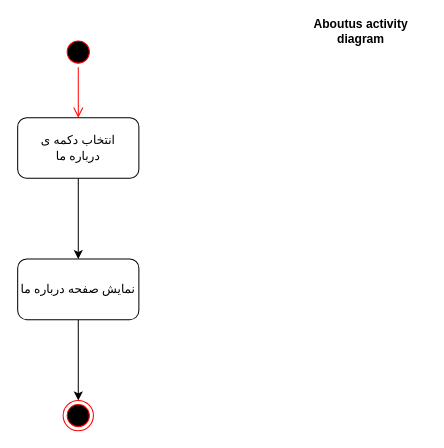
Earlier version of the draw.io diagram Docs./ActivityDiagram-Aboutus.drawio (ShadiMe-flutter/Workout). Source tidied: cells renumbered, new cells numbered last; positions are measured from the earlier drawing's top-left corner, leaving out a move shared by most shapes. Both pictures are drawn from the tidied source at 101%, with x=0, y=0 at pixel (17, 26).
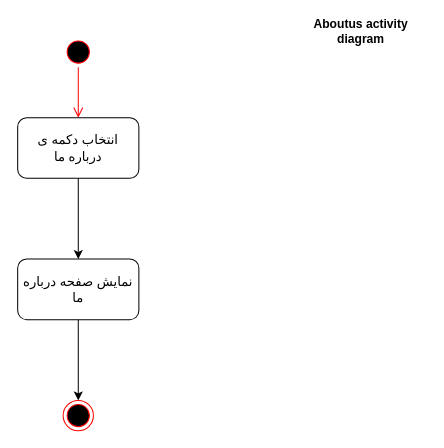
The same diagram, later.

Diff of the diagram source:
```diff
@@
 <mxGraphModel>
   <root>
     <mxCell id="0" />
     <mxCell id="1" parent="0" />
     <mxCell id="2" style="ellipse;html=1;shape=startState;fillColor=#000000;strokeColor=#ff0000;" parent="1" vertex="1">
       <mxGeometry x="45" y="10" width="30" height="30" as="geometry" />
     </mxCell>
     <mxCell id="3" style="edgeStyle=orthogonalEdgeStyle;html=1;verticalAlign=bottom;endArrow=open;endSize=8;strokeColor=#ff0000;entryX=0.5;entryY=0;entryDx=0;entryDy=0;" parent="1" edge="1" source="2" target="5">
       <mxGeometry relative="1" as="geometry" />
     </mxCell>
     <mxCell id="4" style="edgeStyle=orthogonalEdgeStyle;rounded=0;jettySize=auto;html=1;" parent="1" edge="1" source="5" target="7">
       <mxGeometry relative="1" as="geometry" />
     </mxCell>
-    <mxCell id="5" value="&lt;div&gt;انتخاب دکمه ی &lt;br&gt;&lt;/div&gt;&lt;div&gt;درباره ما&lt;/div&gt;" style="rounded=1;whiteSpace=wrap;html=1;" parent="1" vertex="1">
+    <mxCell id="5" value="&lt;div style=&quot;font-size: 13px&quot;&gt;&lt;font face=&quot;B Zar&quot; style=&quot;font-size: 13px&quot;&gt;انتخاب دکمه ی &lt;br&gt;&lt;/font&gt;&lt;/div&gt;&lt;div style=&quot;font-size: 13px&quot;&gt;&lt;font face=&quot;B Zar&quot; style=&quot;font-size: 13px&quot;&gt;درباره ما&lt;/font&gt;&lt;/div&gt;" style="rounded=1;whiteSpace=wrap;html=1;" parent="1" vertex="1">
       <mxGeometry y="90" width="120" height="60" as="geometry" />
     </mxCell>
     <mxCell id="6" style="edgeStyle=orthogonalEdgeStyle;rounded=0;jettySize=auto;html=1;entryX=0.5;entryY=0;entryDx=0;entryDy=0;" parent="1" edge="1" source="7" target="8">
       <mxGeometry relative="1" as="geometry" />
     </mxCell>
-    <mxCell id="7" value="نمایش صفحه درباره ما" style="rounded=1;whiteSpace=wrap;html=1;" parent="1" vertex="1">
+    <mxCell id="7" value="&lt;font face=&quot;B Zar&quot; style=&quot;font-size: 13px&quot;&gt;نمایش صفحه درباره ما&lt;/font&gt;" style="rounded=1;whiteSpace=wrap;html=1;" parent="1" vertex="1">
       <mxGeometry y="230" width="120" height="60" as="geometry" />
     </mxCell>
     <mxCell id="8" style="ellipse;html=1;shape=endState;fillColor=#000000;strokeColor=#ff0000;" parent="1" vertex="1">
       <mxGeometry x="45" y="370" width="30" height="30" as="geometry" />
     </mxCell>
     <mxCell id="9" value="&lt;b&gt;Aboutus activity diagram&lt;/b&gt;" style="text;html=1;strokeColor=none;fillColor=none;align=center;verticalAlign=middle;whiteSpace=wrap;rounded=0;" parent="1" vertex="1">
       <mxGeometry x="275" width="130" height="10" as="geometry" />
     </mxCell>
   </root>
 </mxGraphModel>
```
